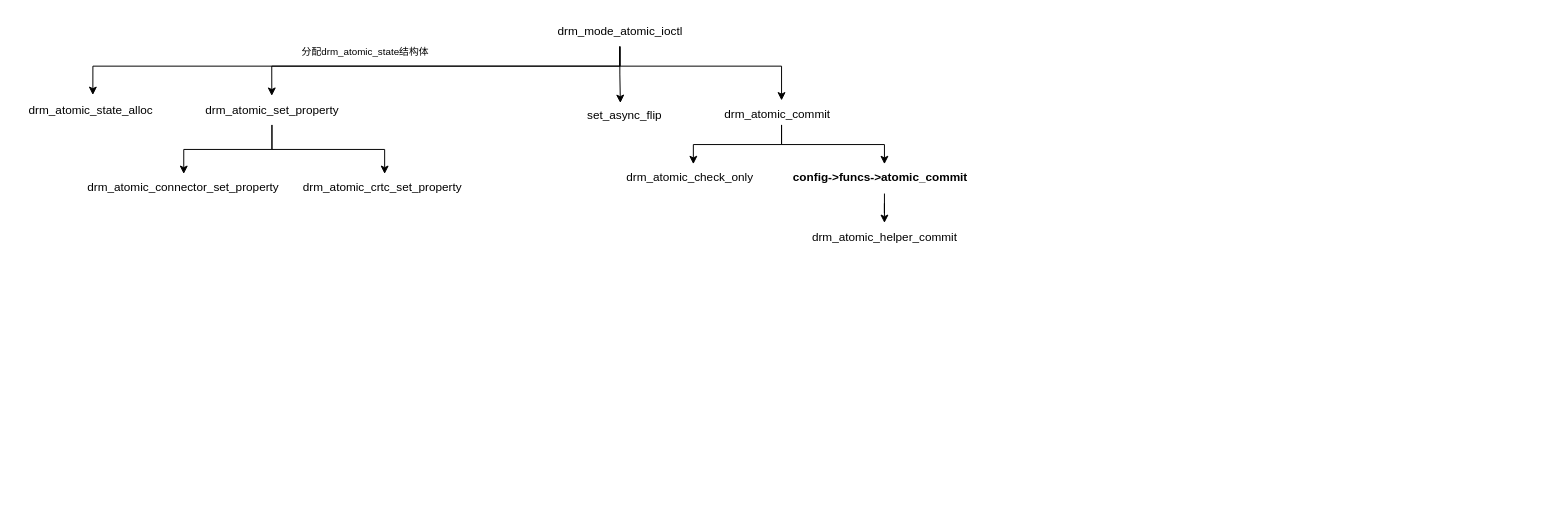
YC-Xiang/draw.io keeps this draw.io diagram as drm_atomic.drawio. Above is the earlier version. Source tidied: cells renumbered, new cells numbered last; positions are measured from the earlier drawing's top-left corner, leaving out a move shared by most shapes. Both pictures are drawn from the tidied source at 98%, with x=0, y=0 at pixel (17, 17).
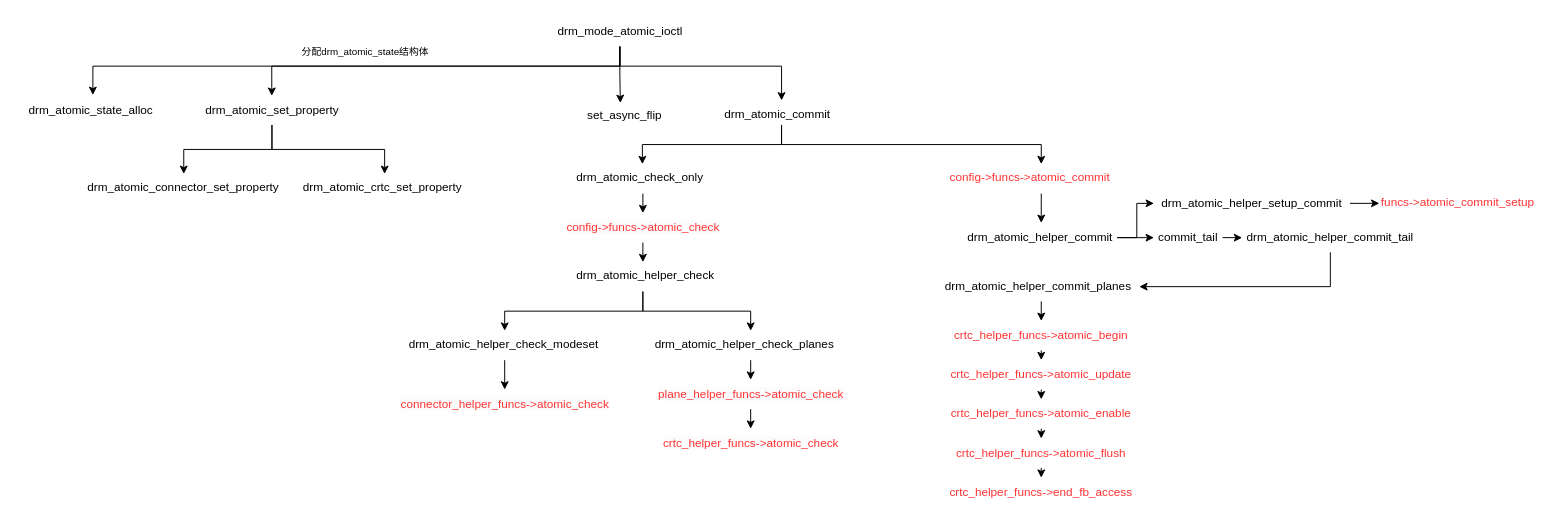
Above is the later version.

Unchanged cells that the change refers to:
```xml
<mxCell id="10" value="drm_atomic_commit" style="text;whiteSpace=wrap;html=1;" parent="1" vertex="1">
  <mxGeometry x="720" y="85" width="120" height="25" as="geometry" />
</mxCell>
```

The edit, as a diff of the source:
```diff
@@
     <mxCell id="8" style="edgeStyle=orthogonalEdgeStyle;rounded=0;jettySize=auto;html=1;" parent="1" edge="1" source="10" target="12">
-      <mxGeometry relative="1" as="geometry" />
+      <mxGeometry relative="1" as="geometry">
+        <Array as="points">
+          <mxPoint x="780" y="130" />
+          <mxPoint x="638" y="130" />
+        </Array>
+      </mxGeometry>
     </mxCell>
     <mxCell id="9" style="edgeStyle=orthogonalEdgeStyle;rounded=0;jettySize=auto;html=1;entryX=0.5;entryY=0;entryDx=0;entryDy=0;" parent="1" edge="1" source="10" target="14">
-      <mxGeometry relative="1" as="geometry" />
+      <mxGeometry relative="1" as="geometry">
+        <Array as="points">
+          <mxPoint x="780" y="130" />
+          <mxPoint x="1045" y="130" />
+        </Array>
+      </mxGeometry>
     </mxCell>
@@
+    <mxCell id="22" style="edgeStyle=orthogonalEdgeStyle;rounded=0;jettySize=auto;html=1;exitX=0.5;exitY=1;exitDx=0;exitDy=0;entryX=0.5;entryY=0;entryDx=0;entryDy=0;" parent="1" edge="1" source="12" target="24">
+      <mxGeometry relative="1" as="geometry" />
+    </mxCell>
     <mxCell id="12" value="drm_atomic_check_only" style="text;whiteSpace=wrap;html=1;" parent="1" vertex="1">
-      <mxGeometry x="620" y="150" width="140" height="30" as="geometry" />
+      <mxGeometry x="568.5" y="150" width="140" height="30" as="geometry" />
     </mxCell>
-    <mxCell id="13" style="edgeStyle=orthogonalEdgeStyle;rounded=0;jettySize=auto;html=1;" parent="1" edge="1" source="14" target="18">
+    <mxCell id="13" style="edgeStyle=orthogonalEdgeStyle;rounded=0;jettySize=auto;html=1;exitX=0.5;exitY=1;exitDx=0;exitDy=0;entryX=0.5;entryY=0;entryDx=0;entryDy=0;" parent="1" edge="1" source="14" target="18">
       <mxGeometry relative="1" as="geometry" />
     </mxCell>
-    <mxCell id="14" value="&lt;b&gt;config-&amp;gt;funcs-&amp;gt;atomic_commit&lt;/b&gt;" style="text;whiteSpace=wrap;html=1;" parent="1" vertex="1">
-      <mxGeometry x="790" y="150" width="190" height="30" as="geometry" />
+    <mxCell id="14" value="config-&amp;gt;funcs-&amp;gt;atomic_commit" style="text;whiteSpace=wrap;html=1;fontColor=#FF3333;" parent="1" vertex="1">
+      <mxGeometry x="950" y="150" width="190" height="30" as="geometry" />
     </mxCell>
@@
-    <mxCell id="18" value="drm_atomic_helper_commit" style="text;html=1;align=center;verticalAlign=middle;points=[];strokeColor=none;fillColor=none;" parent="1" vertex="1">
-      <mxGeometry x="800" y="210" width="170" height="30" as="geometry" />
-    </mxCell>
@@
+    <mxCell id="23" style="edgeStyle=orthogonalEdgeStyle;rounded=0;jettySize=auto;html=1;exitX=0.5;exitY=1;exitDx=0;exitDy=0;entryX=0.5;entryY=0;entryDx=0;entryDy=0;" parent="1" edge="1" source="24" target="27">
+      <mxGeometry relative="1" as="geometry" />
+    </mxCell>
+    <mxCell id="24" value="&lt;span style=&quot;forced-color-adjust: none; font-family: Helvetica; font-size: 12px; font-style: normal; font-variant-ligatures: normal; font-variant-caps: normal; letter-spacing: normal; orphans: 2; text-indent: 0px; text-transform: none; widows: 2; word-spacing: 0px; -webkit-text-stroke-width: 0px; white-space: nowrap; background-color: rgb(251, 251, 251); text-decoration-thickness: initial; text-decoration-style: initial; text-decoration-color: initial;&quot;&gt;&lt;font style=&quot;&quot; color=&quot;#ff3333&quot;&gt;config-&amp;gt;funcs-&amp;gt;atomic_check&lt;/font&gt;&lt;/span&gt;" style="text;html=1;align=center;verticalAlign=middle;whiteSpace=wrap;rounded=0;" parent="1" vertex="1">
+      <mxGeometry x="553.5" y="200" width="170" height="30" as="geometry" />
+    </mxCell>
+    <mxCell id="25" style="edgeStyle=orthogonalEdgeStyle;rounded=0;jettySize=auto;html=1;exitX=0.5;exitY=1;exitDx=0;exitDy=0;entryX=0.5;entryY=0;entryDx=0;entryDy=0;" parent="1" edge="1" source="27" target="29">
+      <mxGeometry relative="1" as="geometry" />
+    </mxCell>
+    <mxCell id="26" style="edgeStyle=orthogonalEdgeStyle;rounded=0;jettySize=auto;html=1;exitX=0.5;exitY=1;exitDx=0;exitDy=0;entryX=0.5;entryY=0;entryDx=0;entryDy=0;" parent="1" edge="1" source="27" target="31">
+      <mxGeometry relative="1" as="geometry" />
+    </mxCell>
+    <mxCell id="27" value="drm_atomic_helper_check" style="text;whiteSpace=wrap;html=1;" parent="1" vertex="1">
+      <mxGeometry x="568.5" y="250" width="140" height="30" as="geometry" />
+    </mxCell>
+    <mxCell id="28" style="edgeStyle=orthogonalEdgeStyle;rounded=0;jettySize=auto;html=1;exitX=0.5;exitY=1;exitDx=0;exitDy=0;entryX=0.5;entryY=0;entryDx=0;entryDy=0;" parent="1" edge="1" source="29" target="35">
+      <mxGeometry relative="1" as="geometry" />
+    </mxCell>
+    <mxCell id="29" value="drm_atomic_helper_check_modeset" style="text;whiteSpace=wrap;html=1;" parent="1" vertex="1">
+      <mxGeometry x="397.5" y="320" width="200" height="30" as="geometry" />
+    </mxCell>
+    <mxCell id="30" style="edgeStyle=orthogonalEdgeStyle;rounded=0;jettySize=auto;html=1;exitX=0.5;exitY=1;exitDx=0;exitDy=0;entryX=0.5;entryY=0;entryDx=0;entryDy=0;" parent="1" edge="1" source="31" target="33">
+      <mxGeometry relative="1" as="geometry" />
+    </mxCell>
+    <mxCell id="31" value="drm_atomic_helper_check_planes" style="text;whiteSpace=wrap;html=1;" parent="1" vertex="1">
+      <mxGeometry x="648.5" y="320" width="200" height="30" as="geometry" />
+    </mxCell>
+    <mxCell id="32" style="edgeStyle=orthogonalEdgeStyle;rounded=0;jettySize=auto;html=1;exitX=0.5;exitY=1;exitDx=0;exitDy=0;entryX=0.5;entryY=0;entryDx=0;entryDy=0;" parent="1" edge="1" source="33" target="34">
+      <mxGeometry relative="1" as="geometry" />
+    </mxCell>
+    <mxCell id="33" value="&lt;span style=&quot;forced-color-adjust: none; font-family: Helvetica; font-size: 12px; font-style: normal; font-variant-ligatures: normal; font-variant-caps: normal; letter-spacing: normal; orphans: 2; text-indent: 0px; text-transform: none; widows: 2; word-spacing: 0px; -webkit-text-stroke-width: 0px; white-space: nowrap; background-color: rgb(251, 251, 251); text-decoration-thickness: initial; text-decoration-style: initial; text-decoration-color: initial;&quot;&gt;&lt;font style=&quot;&quot; color=&quot;#ff3333&quot;&gt;plane_helper_funcs-&amp;gt;atomic_check&lt;/font&gt;&lt;/span&gt;" style="text;html=1;align=center;verticalAlign=middle;whiteSpace=wrap;rounded=0;" parent="1" vertex="1">
+      <mxGeometry x="663.5" y="370" width="170" height="30" as="geometry" />
+    </mxCell>
+    <mxCell id="34" value="&lt;span style=&quot;forced-color-adjust: none; font-family: Helvetica; font-size: 12px; font-style: normal; font-variant-ligatures: normal; font-variant-caps: normal; letter-spacing: normal; orphans: 2; text-indent: 0px; text-transform: none; widows: 2; word-spacing: 0px; -webkit-text-stroke-width: 0px; white-space: nowrap; background-color: rgb(251, 251, 251); text-decoration-thickness: initial; text-decoration-style: initial; text-decoration-color: initial;&quot;&gt;&lt;font style=&quot;&quot; color=&quot;#ff3333&quot;&gt;crtc_helper_funcs-&amp;gt;atomic_check&lt;/font&gt;&lt;/span&gt;" style="text;html=1;align=center;verticalAlign=middle;whiteSpace=wrap;rounded=0;" parent="1" vertex="1">
+      <mxGeometry x="663.5" y="420" width="170" height="30" as="geometry" />
+    </mxCell>
+    <mxCell id="35" value="&lt;span style=&quot;forced-color-adjust: none; font-family: Helvetica; font-size: 12px; font-style: normal; font-variant-ligatures: normal; font-variant-caps: normal; letter-spacing: normal; orphans: 2; text-indent: 0px; text-transform: none; widows: 2; word-spacing: 0px; -webkit-text-stroke-width: 0px; white-space: nowrap; background-color: rgb(251, 251, 251); text-decoration-thickness: initial; text-decoration-style: initial; text-decoration-color: initial;&quot;&gt;&lt;font style=&quot;&quot; color=&quot;#ff3333&quot;&gt;connector_helper_funcs-&amp;gt;atomic_check&lt;/font&gt;&lt;/span&gt;" style="text;html=1;align=center;verticalAlign=middle;whiteSpace=wrap;rounded=0;" parent="1" vertex="1">
+      <mxGeometry x="412.5" y="380" width="170" height="30" as="geometry" />
+    </mxCell>
+    <mxCell id="36" style="edgeStyle=orthogonalEdgeStyle;rounded=0;jettySize=auto;html=1;exitX=0.5;exitY=1;exitDx=0;exitDy=0;entryX=0.5;entryY=0;entryDx=0;entryDy=0;" parent="1" edge="1" source="37" target="42">
+      <mxGeometry relative="1" as="geometry" />
+    </mxCell>
+    <mxCell id="37" value="drm_atomic_helper_commit_planes" style="text;whiteSpace=wrap;html=1;verticalAlign=middle;" parent="1" vertex="1">
+      <mxGeometry x="945" y="260" width="200" height="30" as="geometry" />
+    </mxCell>
+    <mxCell id="38" style="edgeStyle=orthogonalEdgeStyle;rounded=0;jettySize=auto;html=1;exitX=0.5;exitY=1;exitDx=0;exitDy=0;entryX=0.5;entryY=0;entryDx=0;entryDy=0;" parent="1" edge="1" source="39" target="40">
+      <mxGeometry relative="1" as="geometry" />
+    </mxCell>
+    <mxCell id="39" value="&lt;font color=&quot;#ff3333&quot;&gt;&lt;span style=&quot;text-wrap: nowrap;&quot;&gt;crtc_helper_funcs-&amp;gt;atomic_flush&lt;/span&gt;&lt;/font&gt;" style="text;html=1;align=center;verticalAlign=middle;whiteSpace=wrap;rounded=0;" parent="1" vertex="1">
+      <mxGeometry x="960" y="430" width="170" height="30" as="geometry" />
+    </mxCell>
+    <mxCell id="40" value="&lt;font color=&quot;#ff3333&quot;&gt;&lt;span style=&quot;text-wrap: nowrap;&quot;&gt;crtc_helper_funcs-&amp;gt;end_fb_access&lt;/span&gt;&lt;/font&gt;" style="text;html=1;align=center;verticalAlign=middle;whiteSpace=wrap;rounded=0;" parent="1" vertex="1">
+      <mxGeometry x="960" y="470" width="170" height="30" as="geometry" />
+    </mxCell>
+    <mxCell id="41" style="edgeStyle=orthogonalEdgeStyle;rounded=0;jettySize=auto;html=1;exitX=0.5;exitY=1;exitDx=0;exitDy=0;entryX=0.5;entryY=0;entryDx=0;entryDy=0;" parent="1" edge="1" source="42" target="44">
+      <mxGeometry relative="1" as="geometry" />
+    </mxCell>
+    <mxCell id="42" value="&lt;font color=&quot;#ff3333&quot;&gt;&lt;span style=&quot;text-wrap: nowrap;&quot;&gt;crtc_helper_funcs-&amp;gt;atomic_begin&lt;/span&gt;&lt;/font&gt;" style="text;html=1;align=center;verticalAlign=middle;whiteSpace=wrap;rounded=0;" parent="1" vertex="1">
+      <mxGeometry x="960" y="310" width="170" height="30" as="geometry" />
+    </mxCell>
+    <mxCell id="43" style="edgeStyle=orthogonalEdgeStyle;rounded=0;jettySize=auto;html=1;exitX=0.5;exitY=1;exitDx=0;exitDy=0;entryX=0.5;entryY=0;entryDx=0;entryDy=0;" parent="1" edge="1" source="44" target="46">
+      <mxGeometry relative="1" as="geometry" />
+    </mxCell>
+    <mxCell id="44" value="&lt;font color=&quot;#ff3333&quot;&gt;&lt;span style=&quot;text-wrap: nowrap;&quot;&gt;&lt;span style=&quot;font-weight: normal;&quot;&gt;crtc_helper_funcs-&amp;gt;atomic_update&lt;/span&gt;&lt;/span&gt;&lt;/font&gt;" style="text;html=1;align=center;verticalAlign=middle;whiteSpace=wrap;rounded=0;fontStyle=1;" parent="1" vertex="1">
+      <mxGeometry x="960" y="350" width="170" height="30" as="geometry" />
+    </mxCell>
+    <mxCell id="45" style="edgeStyle=orthogonalEdgeStyle;rounded=0;jettySize=auto;html=1;exitX=0.5;exitY=1;exitDx=0;exitDy=0;entryX=0.5;entryY=0;entryDx=0;entryDy=0;" parent="1" edge="1" source="46" target="39">
+      <mxGeometry relative="1" as="geometry" />
+    </mxCell>
+    <mxCell id="46" value="&lt;font color=&quot;#ff3333&quot;&gt;&lt;span style=&quot;text-wrap: nowrap;&quot;&gt;crtc_helper_funcs-&amp;gt;atomic_enable&lt;/span&gt;&lt;/font&gt;" style="text;html=1;align=center;verticalAlign=middle;whiteSpace=wrap;rounded=0;" parent="1" vertex="1">
+      <mxGeometry x="960" y="390" width="170" height="30" as="geometry" />
+    </mxCell>
+    <mxCell id="47" style="edgeStyle=orthogonalEdgeStyle;rounded=0;jettySize=auto;html=1;exitX=1;exitY=0.5;exitDx=0;exitDy=0;entryX=0;entryY=0.5;entryDx=0;entryDy=0;" parent="1" edge="1" source="18" target="50">
+      <mxGeometry relative="1" as="geometry" />
+    </mxCell>
+    <mxCell id="48" style="edgeStyle=orthogonalEdgeStyle;rounded=0;jettySize=auto;html=1;exitX=1;exitY=0.5;exitDx=0;exitDy=0;entryX=0;entryY=0.5;entryDx=0;entryDy=0;" parent="1" edge="1" source="18" target="54">
+      <mxGeometry relative="1" as="geometry" />
+    </mxCell>
+    <mxCell id="18" value="&lt;span style=&quot;text-align: center; text-wrap: nowrap;&quot;&gt;drm_atomic_helper_commit&lt;/span&gt;" style="text;whiteSpace=wrap;html=1;verticalAlign=middle;" parent="1" vertex="1">
+      <mxGeometry x="967.5" y="210" width="155" height="30" as="geometry" />
+    </mxCell>
+    <mxCell id="49" style="edgeStyle=orthogonalEdgeStyle;rounded=0;jettySize=auto;html=1;exitX=1;exitY=0.5;exitDx=0;exitDy=0;entryX=0;entryY=0.5;entryDx=0;entryDy=0;" parent="1" edge="1" source="50" target="52">
+      <mxGeometry relative="1" as="geometry" />
+    </mxCell>
+    <mxCell id="50" value="commit_tail" style="text;whiteSpace=wrap;html=1;align=center;verticalAlign=middle;" parent="1" vertex="1">
+      <mxGeometry x="1160" y="210" width="70" height="30" as="geometry" />
+    </mxCell>
+    <mxCell id="51" style="edgeStyle=orthogonalEdgeStyle;rounded=0;jettySize=auto;html=1;exitX=0.5;exitY=1;exitDx=0;exitDy=0;entryX=1;entryY=0.5;entryDx=0;entryDy=0;" parent="1" edge="1" source="52" target="37">
+      <mxGeometry relative="1" as="geometry" />
+    </mxCell>
+    <mxCell id="52" value="drm_atomic_helper_commit_tail" style="text;whiteSpace=wrap;html=1;align=center;verticalAlign=middle;" parent="1" vertex="1">
+      <mxGeometry x="1250" y="210" width="180" height="30" as="geometry" />
+    </mxCell>
+    <mxCell id="53" style="edgeStyle=orthogonalEdgeStyle;rounded=0;jettySize=auto;html=1;exitX=1;exitY=0.5;exitDx=0;exitDy=0;entryX=0;entryY=0.5;entryDx=0;entryDy=0;" parent="1" edge="1" source="54" target="55">
+      <mxGeometry relative="1" as="geometry" />
+    </mxCell>
+    <mxCell id="54" value="drm_atomic_helper_setup_commit" style="text;whiteSpace=wrap;html=1;verticalAlign=middle;align=center;" parent="1" vertex="1">
+      <mxGeometry x="1160" y="180" width="200" height="20" as="geometry" />
+    </mxCell>
+    <mxCell id="55" value="funcs-&amp;gt;atomic_commit_setup" style="text;whiteSpace=wrap;html=1;fontColor=#FF3333;" parent="1" vertex="1">
+      <mxGeometry x="1390" y="175" width="160" height="30" as="geometry" />
+    </mxCell>
```
